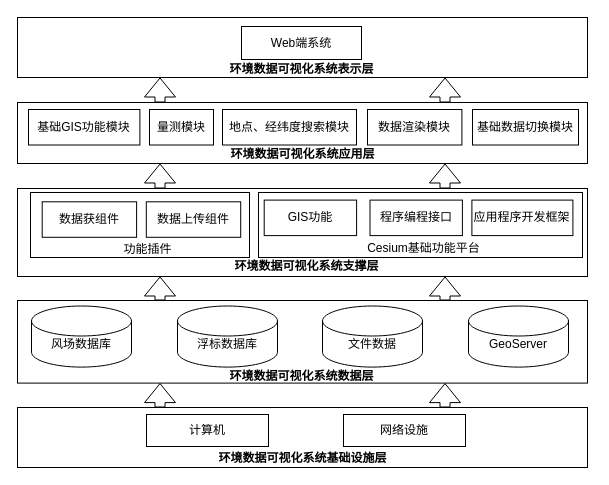
Before: architecture.drawio in xiangsanliu/drawio, a draw.io diagram. Source tidied: cells renumbered, new cells numbered last; positions are measured from the earlier drawing's top-left corner, leaving out a move shared by most shapes. Both pictures are drawn from the tidied source at 100%, with x=0, y=0 at pixel (17, 17).
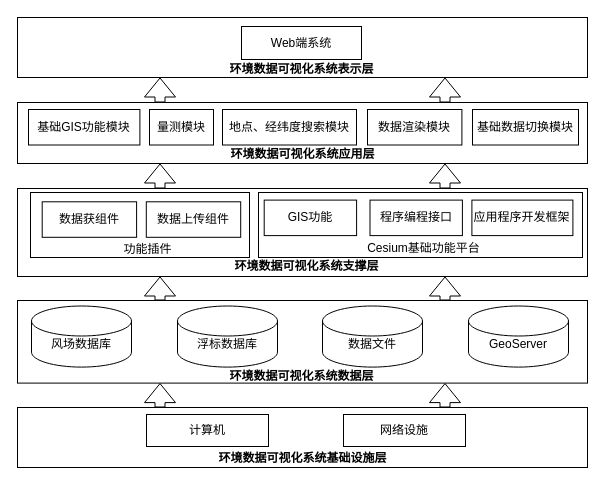
Above is the later version.

Unchanged cells that the change refers to:
```xml
<mxCell id="44" style="group;" parent="43" vertex="1">
  <mxGeometry width="570" height="84.1" as="geometry" />
</mxCell>
```

Diff of the diagram source:
```diff
@@
-    <mxCell id="50" value="&lt;br&gt;文件数据" style="shape=cylinder2;whiteSpace=wrap;html=1;boundedLbl=1;backgroundOutline=1;size=15;" parent="44" vertex="1">
+    <mxCell id="50" value="&lt;br&gt;数据文件" style="shape=cylinder2;whiteSpace=wrap;html=1;boundedLbl=1;backgroundOutline=1;size=15;" parent="44" vertex="1">
       <mxGeometry x="305" y="5.5" width="100" height="61.1" as="geometry" />
     </mxCell>
```
